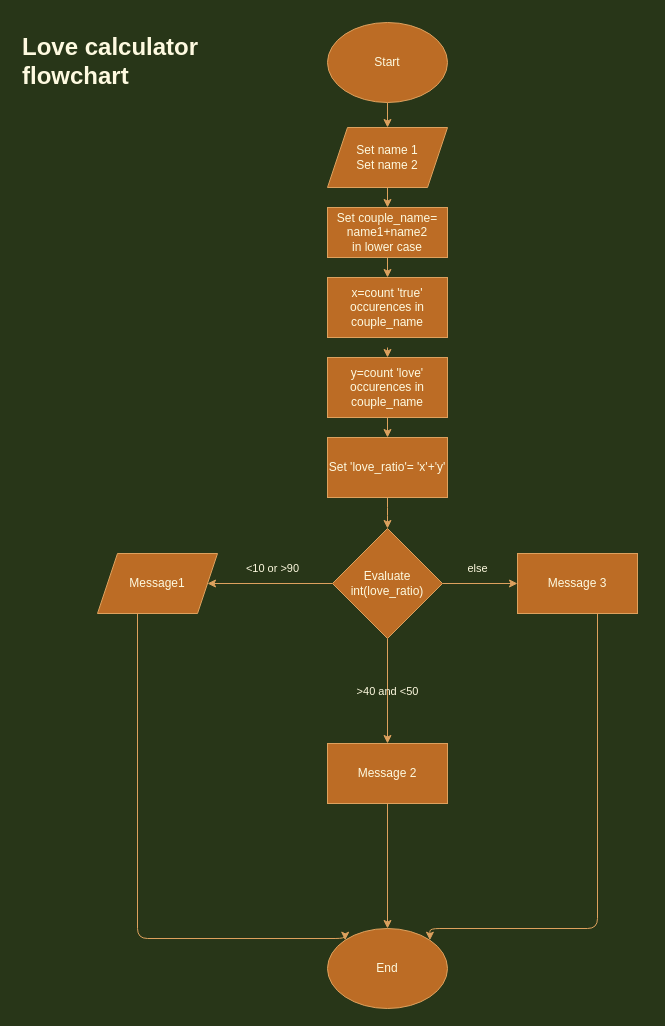
Earlier version of the draw.io diagram Chartflow-love-calculator.drawio (Miroo1010/Day-3-5-Love-Calculator). Source tidied: cells renumbered, new cells numbered last; positions are measured from the earlier drawing's top-left corner, leaving out a move shared by most shapes. Both pictures are drawn from the tidied source at 100%, with x=0, y=0 at pixel (17, 22).
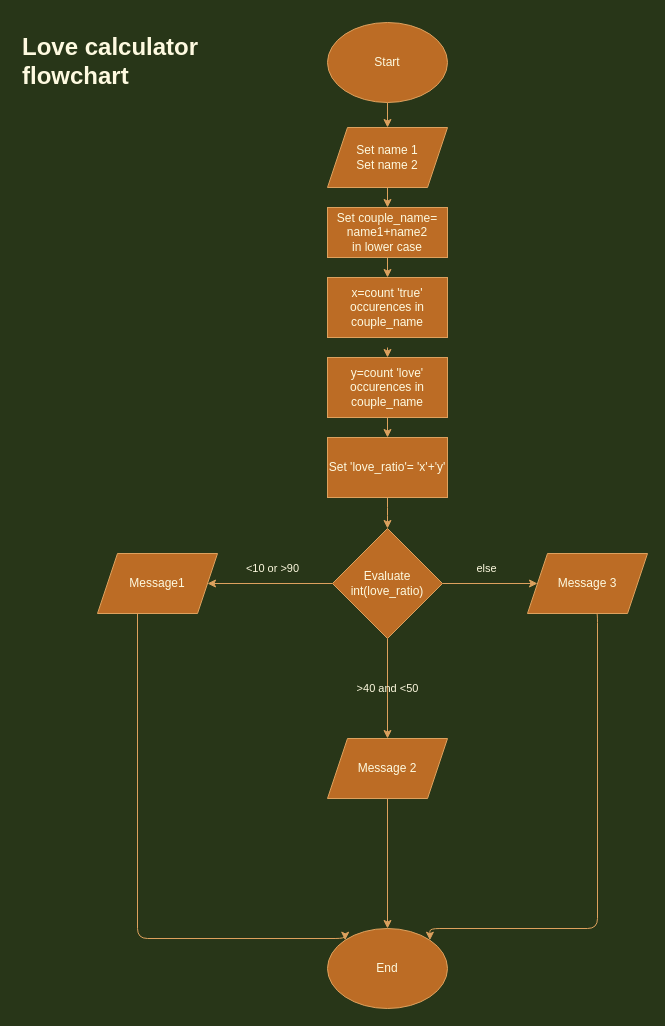
Above is the later version.

Unchanged cells that the change refers to:
```xml
<mxCell id="18" value="Evaluate&lt;br&gt;int(love_ratio)" style="rhombus;whiteSpace=wrap;html=1;fillColor=#BC6C25;strokeColor=#DDA15E;fontColor=#FEFAE0;rounded=0;sketch=0;" parent="1" vertex="1">
  <mxGeometry x="315" y="506" width="110" height="110" as="geometry" />
</mxCell>
<mxCell id="25" value="End" style="ellipse;whiteSpace=wrap;html=1;rounded=0;sketch=0;fontColor=#FEFAE0;strokeColor=#DDA15E;fillColor=#BC6C25;" parent="1" vertex="1">
  <mxGeometry x="310" y="906" width="120" height="80" as="geometry" />
</mxCell>
```

The edit, as a diff of the source:
```diff
@@
-    <mxCell id="16" value="else" style="edgeStyle=orthogonalEdgeStyle;curved=0;rounded=1;sketch=0;jettySize=auto;html=1;fontColor=#FEFAE0;strokeColor=#DDA15E;fillColor=#BC6C25;labelBackgroundColor=none;" parent="1" edge="1" source="18" target="20">
+    <mxCell id="16" value="else" style="edgeStyle=orthogonalEdgeStyle;curved=0;rounded=1;sketch=0;jettySize=auto;html=1;fontColor=#FEFAE0;strokeColor=#DDA15E;fillColor=#BC6C25;labelBackgroundColor=none;entryX=0;entryY=0.5;entryDx=0;entryDy=0;" parent="1" edge="1" source="18" target="20">
       <mxGeometry x="-0.07" y="15" relative="1" as="geometry" />
     </mxCell>
-    <mxCell id="17" value="&amp;gt;40 and &amp;lt;50" style="edgeStyle=orthogonalEdgeStyle;curved=0;rounded=1;sketch=0;jettySize=auto;html=1;fontColor=#FEFAE0;strokeColor=#DDA15E;fillColor=#BC6C25;labelBackgroundColor=none;" parent="1" edge="1" source="18" target="22">
+    <mxCell id="17" value="&amp;gt;40 and &amp;lt;50" style="edgeStyle=orthogonalEdgeStyle;curved=0;rounded=1;sketch=0;jettySize=auto;html=1;fontColor=#FEFAE0;strokeColor=#DDA15E;fillColor=#BC6C25;labelBackgroundColor=none;entryX=0.5;entryY=0;entryDx=0;entryDy=0;" parent="1" edge="1" source="18" target="22">
       <mxGeometry relative="1" as="geometry" />
     </mxCell>
@@
-    <mxCell id="19" style="edgeStyle=orthogonalEdgeStyle;curved=0;rounded=1;sketch=0;jettySize=auto;html=1;labelBackgroundColor=none;fontColor=#FEFAE0;strokeColor=#DDA15E;fillColor=#BC6C25;entryX=1;entryY=0;entryDx=0;entryDy=0;" parent="1" edge="1" source="20" target="25">
+    <mxCell id="19" style="edgeStyle=orthogonalEdgeStyle;curved=0;rounded=1;sketch=0;jettySize=auto;html=1;labelBackgroundColor=none;fontColor=#FEFAE0;strokeColor=#DDA15E;fillColor=#BC6C25;entryX=1;entryY=0;entryDx=0;entryDy=0;exitX=0.567;exitY=0.983;exitDx=0;exitDy=0;exitPerimeter=0;" parent="1" edge="1" source="20" target="25">
       <mxGeometry relative="1" as="geometry">
         <Array as="points">
+          <mxPoint x="580" y="590" />
           <mxPoint x="580" y="906" />
           <mxPoint x="412" y="906" />
         </Array>
       </mxGeometry>
     </mxCell>
-    <mxCell id="20" value="Message 3" style="whiteSpace=wrap;html=1;fillColor=#BC6C25;strokeColor=#DDA15E;fontColor=#FEFAE0;rounded=0;sketch=0;" parent="1" vertex="1">
-      <mxGeometry x="500" y="531" width="120" height="60" as="geometry" />
-    </mxCell>
-    <mxCell id="21" style="edgeStyle=orthogonalEdgeStyle;curved=0;rounded=1;sketch=0;jettySize=auto;html=1;labelBackgroundColor=none;fontColor=#FEFAE0;strokeColor=#DDA15E;fillColor=#BC6C25;entryX=0.5;entryY=0;entryDx=0;entryDy=0;" parent="1" edge="1" source="22" target="25">
+    <mxCell id="21" style="edgeStyle=orthogonalEdgeStyle;curved=0;rounded=1;sketch=0;jettySize=auto;html=1;labelBackgroundColor=none;fontColor=#FEFAE0;strokeColor=#DDA15E;fillColor=#BC6C25;entryX=0.5;entryY=0;entryDx=0;entryDy=0;exitX=0.5;exitY=1;exitDx=0;exitDy=0;" parent="1" edge="1" source="22" target="25">
       <mxGeometry relative="1" as="geometry" />
     </mxCell>
-    <mxCell id="22" value="Message 2" style="whiteSpace=wrap;html=1;fillColor=#BC6C25;strokeColor=#DDA15E;fontColor=#FEFAE0;rounded=0;sketch=0;" parent="1" vertex="1">
-      <mxGeometry x="310" y="721" width="120" height="60" as="geometry" />
-    </mxCell>
@@
+    <mxCell id="22" value="Message 2" style="shape=parallelogram;perimeter=parallelogramPerimeter;whiteSpace=wrap;html=1;fixedSize=1;rounded=0;sketch=0;fontColor=#FEFAE0;strokeColor=#DDA15E;fillColor=#BC6C25;" parent="1" vertex="1">
+      <mxGeometry x="310" y="716" width="120" height="60" as="geometry" />
+    </mxCell>
+    <mxCell id="20" value="Message 3" style="shape=parallelogram;perimeter=parallelogramPerimeter;whiteSpace=wrap;html=1;fixedSize=1;rounded=0;sketch=0;fontColor=#FEFAE0;strokeColor=#DDA15E;fillColor=#BC6C25;" parent="1" vertex="1">
+      <mxGeometry x="510" y="531" width="120" height="60" as="geometry" />
+    </mxCell>
```
